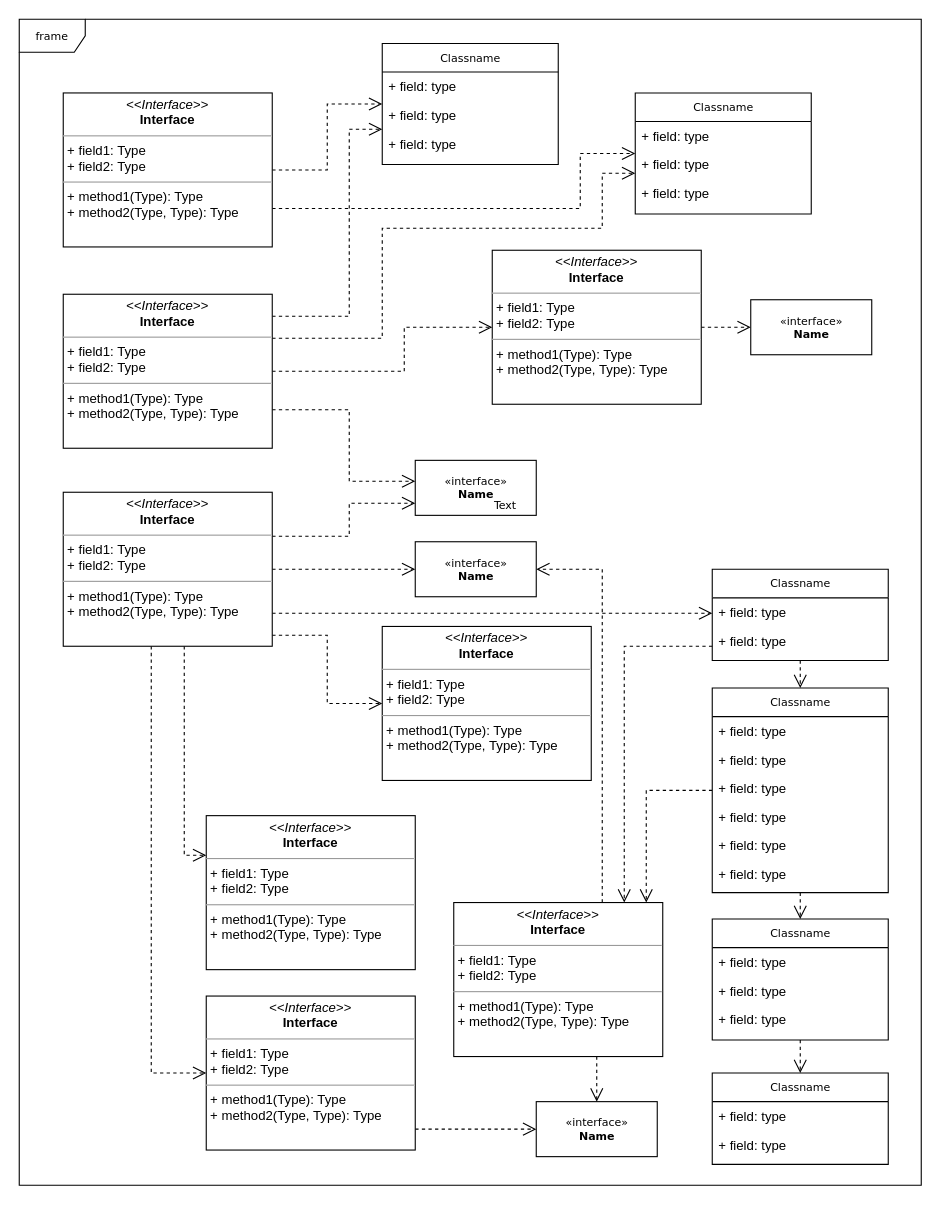
julienvdk/test_repo keeps this draw.io diagram as Diagramme sans nom.drawio. Above is the earlier version. Source tidied: cells renumbered, new cells numbered last; positions are measured from the earlier drawing's top-left corner, leaving out a move shared by most shapes. Both pictures are drawn from the tidied source at 110%, with x=0, y=0 at pixel (19, 19).
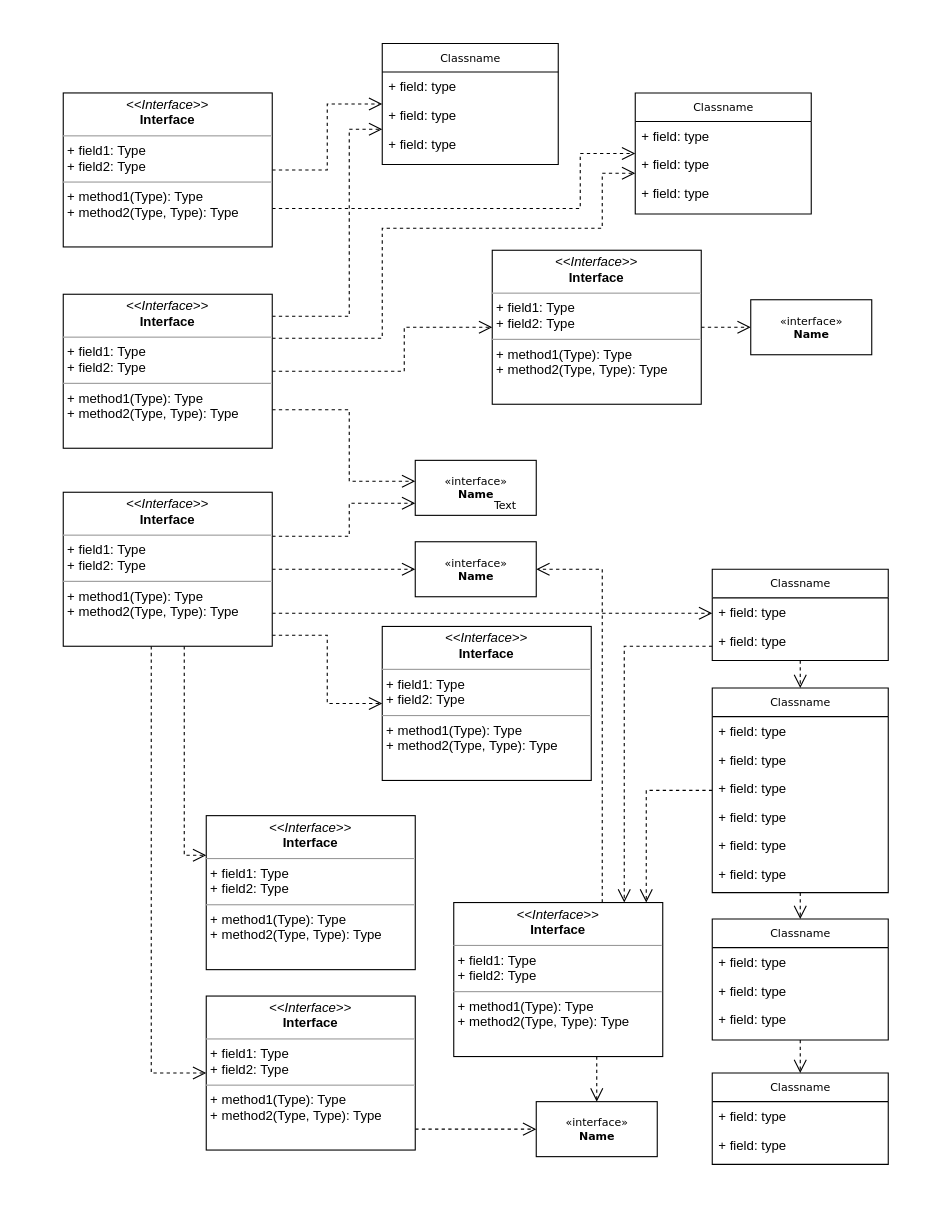
The same diagram, later.

Commit message:
Mettre à jour Diagramme sans nom.drawio

The edit, as a diff of the source:
```diff
@@
-    <mxCell id="2" value="frame" style="shape=umlFrame;whiteSpace=wrap;html=1;rounded=0;shadow=0;comic=0;labelBackgroundColor=none;strokeWidth=1;fontFamily=Verdana;fontSize=10;align=center;" parent="1" vertex="1">
-      <mxGeometry width="820" height="1060" as="geometry" />
-    </mxCell>
```
